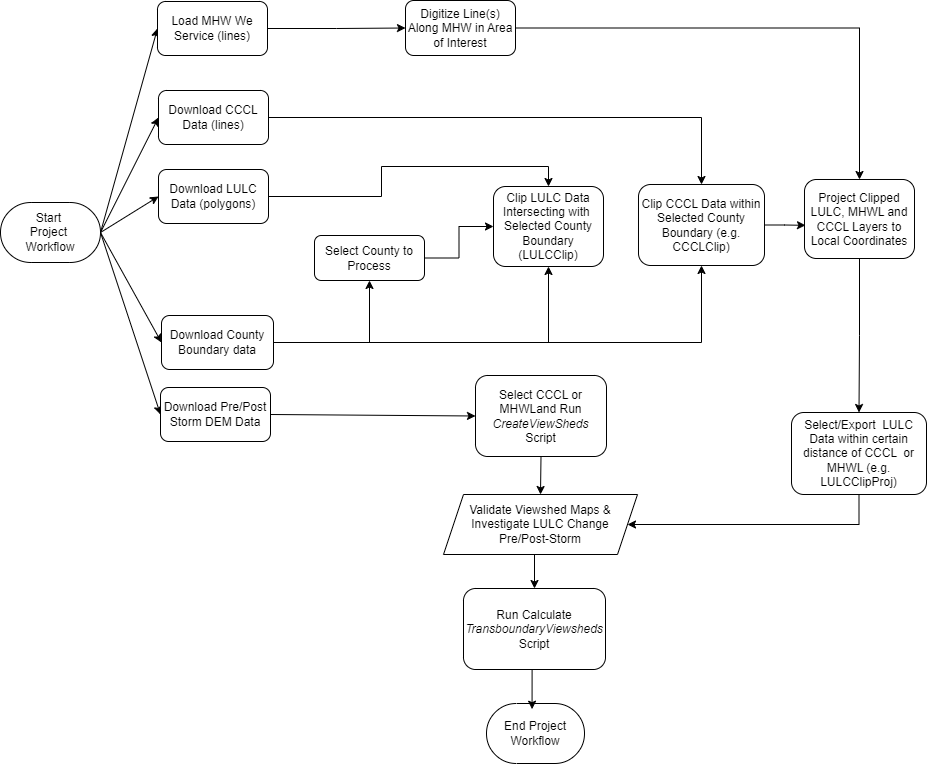
Earlier version of the draw.io export ProjectWorkflow.drawio.png (RAIN-LX/ViewshedCalculator). Source tidied: cells renumbered, new cells last; positions are measured from the earlier drawing's top-left corner, leaving out a move shared by most shapes.
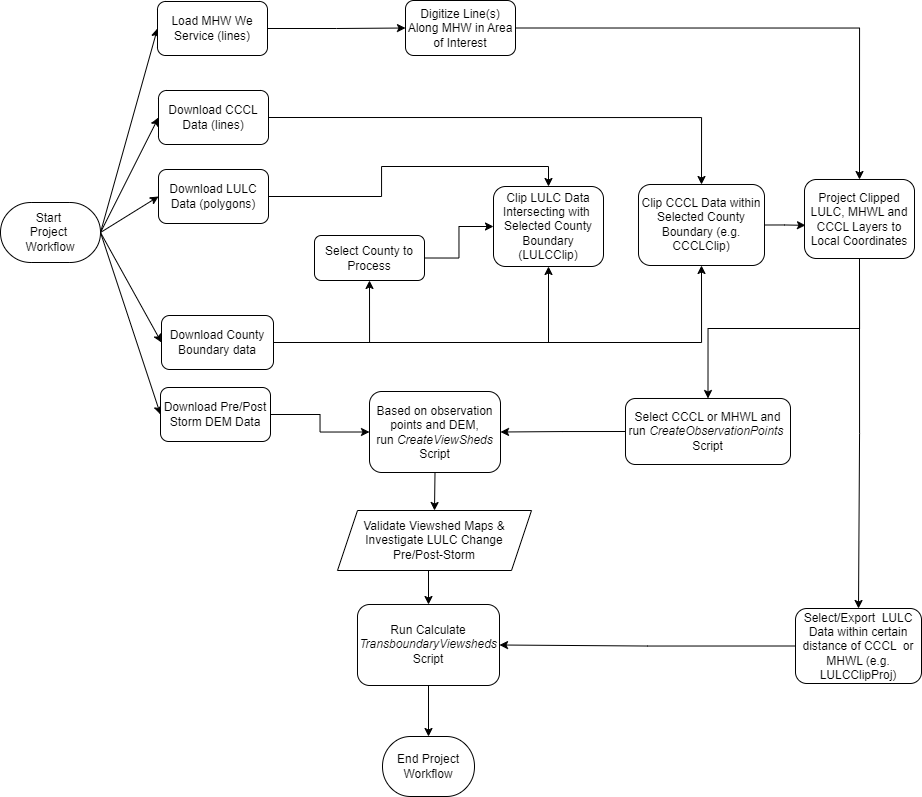
The same file after the commit.

Commit message:
Addiing in 3rd script requirement

Change to the diagram source:
```diff
@@ -26,7 +26,7 @@
     <mxCell id="9" value="&lt;div&gt;Download CCCL Data (lines)&lt;/div&gt;" style="rounded=1;whiteSpace=wrap;html=1;" parent="1" vertex="1">
       <mxGeometry x="158" y="90" width="110" height="54" as="geometry" />
     </mxCell>
-    <mxCell id="10" style="edgeStyle=none;rounded=0;jettySize=auto;html=1;exitX=1;exitY=0.5;exitDx=0;exitDy=0;entryX=0;entryY=0.5;entryDx=0;entryDy=0;" parent="1" edge="1" source="11" target="25">
+    <mxCell id="10" style="edgeStyle=orthogonalEdgeStyle;rounded=0;jettySize=auto;html=1;exitX=1;exitY=0.5;exitDx=0;exitDy=0;entryX=0;entryY=0.5;entryDx=0;entryDy=0;" parent="1" edge="1" source="11" target="25">
       <mxGeometry relative="1" as="geometry" />
     </mxCell>
     <mxCell id="11" value="&lt;div&gt;Download Pre/Post Storm DEM Data&lt;/div&gt;" style="rounded=1;whiteSpace=wrap;html=1;" parent="1" vertex="1">
@@ -59,11 +59,11 @@
     <mxCell id="18" value="&lt;div&gt;Clip LULC Data Intersecting with&amp;nbsp; Selected County Boundary (LULCClip)&lt;/div&gt;" style="rounded=1;whiteSpace=wrap;html=1;" parent="1" vertex="1">
       <mxGeometry x="493" y="186" width="110" height="80" as="geometry" />
     </mxCell>
-    <mxCell id="19" style="edgeStyle=orthogonalEdgeStyle;rounded=0;jettySize=auto;html=1;exitX=0.5;exitY=1;exitDx=0;exitDy=0;entryX=1;entryY=0.5;entryDx=0;entryDy=0;" parent="1" edge="1" source="20" target="27">
-      <mxGeometry relative="1" as="geometry" />
-    </mxCell>
+    <mxCell id="38" style="edgeStyle=orthogonalEdgeStyle;rounded=0;jettySize=auto;html=1;exitX=0;exitY=0.5;exitDx=0;exitDy=0;entryX=1;entryY=0.5;entryDx=0;entryDy=0;" parent="1" edge="1" source="20" target="28">
+      <mxGeometry relative="1" as="geometry" />
+    </mxCell>
     <mxCell id="20" value="&lt;div&gt;Select/Export&amp;nbsp; LULC Data within certain distance of CCCL&amp;nbsp; or MHWL&amp;nbsp;(e.g. LULCClipProj)&lt;/div&gt;" style="rounded=1;whiteSpace=wrap;html=1;" parent="1" vertex="1">
-      <mxGeometry x="791" y="412" width="135" height="82" as="geometry" />
+      <mxGeometry x="795" y="608" width="126" height="75" as="geometry" />
     </mxCell>
     <mxCell id="21" value="&lt;div&gt;Clip CCCL Data within Selected County Boundary (e.g. CCCLClip)&lt;/div&gt;" style="rounded=1;whiteSpace=wrap;html=1;" parent="1" vertex="1">
       <mxGeometry x="638" y="184" width="126" height="81" as="geometry" />
@@ -77,24 +77,27 @@
     <mxCell id="24" style="edgeStyle=orthogonalEdgeStyle;rounded=0;jettySize=auto;html=1;exitX=0.5;exitY=1;exitDx=0;exitDy=0;entryX=0.5;entryY=0;entryDx=0;entryDy=0;" parent="1" edge="1" source="25" target="27">
       <mxGeometry relative="1" as="geometry" />
     </mxCell>
-    <mxCell id="25" value="&lt;div&gt;Select CCCL or MHWLand Run &lt;i&gt;CreateViewSheds &lt;/i&gt;Script&lt;/div&gt;" style="rounded=1;whiteSpace=wrap;html=1;" parent="1" vertex="1">
-      <mxGeometry x="475" y="375" width="131" height="81" as="geometry" />
+    <mxCell id="25" value="&lt;div&gt;Based on observation points and DEM, run&amp;nbsp;&lt;i&gt;CreateViewSheds &lt;/i&gt;Script&lt;/div&gt;" style="rounded=1;whiteSpace=wrap;html=1;" parent="1" vertex="1">
+      <mxGeometry x="369" y="391" width="131" height="81" as="geometry" />
     </mxCell>
     <mxCell id="26" style="edgeStyle=orthogonalEdgeStyle;rounded=0;jettySize=auto;html=1;exitX=0.5;exitY=1;exitDx=0;exitDy=0;entryX=0.5;entryY=0;entryDx=0;entryDy=0;" parent="1" edge="1" source="27" target="28">
       <mxGeometry relative="1" as="geometry" />
     </mxCell>
     <mxCell id="27" value="Validate Viewshed Maps &amp;amp;&lt;div&gt;Investigate LULC Change&lt;/div&gt;&lt;div&gt;Pre/Post-Storm&lt;/div&gt;" style="shape=parallelogram;perimeter=parallelogramPerimeter;whiteSpace=wrap;html=1;fixedSize=1;" parent="1" vertex="1">
-      <mxGeometry x="443" y="494" width="194" height="60" as="geometry" />
+      <mxGeometry x="337" y="510" width="194" height="60" as="geometry" />
     </mxCell>
     <mxCell id="28" value="&lt;div&gt;Run Calculate &lt;i&gt;TransboundaryViewsheds &lt;/i&gt;Script&lt;/div&gt;" style="rounded=1;whiteSpace=wrap;html=1;" parent="1" vertex="1">
-      <mxGeometry x="463" y="588" width="142" height="81" as="geometry" />
+      <mxGeometry x="357" y="604" width="142" height="81" as="geometry" />
     </mxCell>
     <mxCell id="29" value="End Project Workflow" style="strokeWidth=1;html=1;shape=mxgraph.flowchart.terminator;whiteSpace=wrap;" parent="1" vertex="1">
-      <mxGeometry x="486" y="703" width="98" height="60" as="geometry" />
+      <mxGeometry x="382" y="736" width="92" height="60" as="geometry" />
     </mxCell>
     <mxCell id="30" style="edgeStyle=orthogonalEdgeStyle;rounded=0;jettySize=auto;html=1;exitX=0.5;exitY=1;exitDx=0;exitDy=0;entryX=0.5;entryY=0;entryDx=0;entryDy=0;" parent="1" edge="1" source="31" target="20">
       <mxGeometry relative="1" as="geometry" />
     </mxCell>
+    <mxCell id="39" style="edgeStyle=orthogonalEdgeStyle;rounded=0;jettySize=auto;html=1;exitX=0.5;exitY=1;exitDx=0;exitDy=0;entryX=0.5;entryY=0;entryDx=0;entryDy=0;" parent="1" edge="1" source="31" target="41">
+      <mxGeometry relative="1" as="geometry" />
+    </mxCell>
     <mxCell id="31" value="&lt;div&gt;Project Clipped LULC, MHWL and CCCL Layers to Local Coordinates&lt;/div&gt;" style="rounded=1;whiteSpace=wrap;html=1;" parent="1" vertex="1">
       <mxGeometry x="804" y="179" width="110" height="79" as="geometry" />
     </mxCell>
@@ -113,7 +116,13 @@
     <mxCell id="36" style="edgeStyle=orthogonalEdgeStyle;rounded=0;jettySize=auto;html=1;exitX=1;exitY=0.5;exitDx=0;exitDy=0;entryX=0.009;entryY=0.58;entryDx=0;entryDy=0;entryPerimeter=0;" parent="1" edge="1" source="21" target="31">
       <mxGeometry relative="1" as="geometry" />
     </mxCell>
+    <mxCell id="40" style="edgeStyle=orthogonalEdgeStyle;rounded=0;jettySize=auto;html=1;exitX=0;exitY=0.5;exitDx=0;exitDy=0;entryX=1;entryY=0.5;entryDx=0;entryDy=0;" parent="1" edge="1" source="41" target="25">
+      <mxGeometry relative="1" as="geometry" />
+    </mxCell>
+    <mxCell id="41" value="&lt;div&gt;Select CCCL or MHWL and run &lt;i&gt;CreateObservationPoints&amp;nbsp;&lt;/i&gt;&lt;/div&gt;&lt;div&gt;Script&lt;/div&gt;" style="rounded=1;whiteSpace=wrap;html=1;" parent="1" vertex="1">
+      <mxGeometry x="625" y="398" width="165" height="66" as="geometry" />
+    </mxCell>
-    <mxCell id="37" style="edgeStyle=orthogonalEdgeStyle;rounded=0;jettySize=auto;html=1;exitX=0.5;exitY=1;exitDx=0;exitDy=0;entryX=0.465;entryY=0.095;entryDx=0;entryDy=0;entryPerimeter=0;" parent="1" edge="1" source="28" target="29">
+    <mxCell id="37" style="edgeStyle=orthogonalEdgeStyle;rounded=0;jettySize=auto;html=1;exitX=0.5;exitY=1;exitDx=0;exitDy=0;entryX=0.5;entryY=0;entryDx=0;entryDy=0;entryPerimeter=0;" parent="1" edge="1" source="28" target="29">
       <mxGeometry relative="1" as="geometry" />
     </mxCell>
   </root>
```
